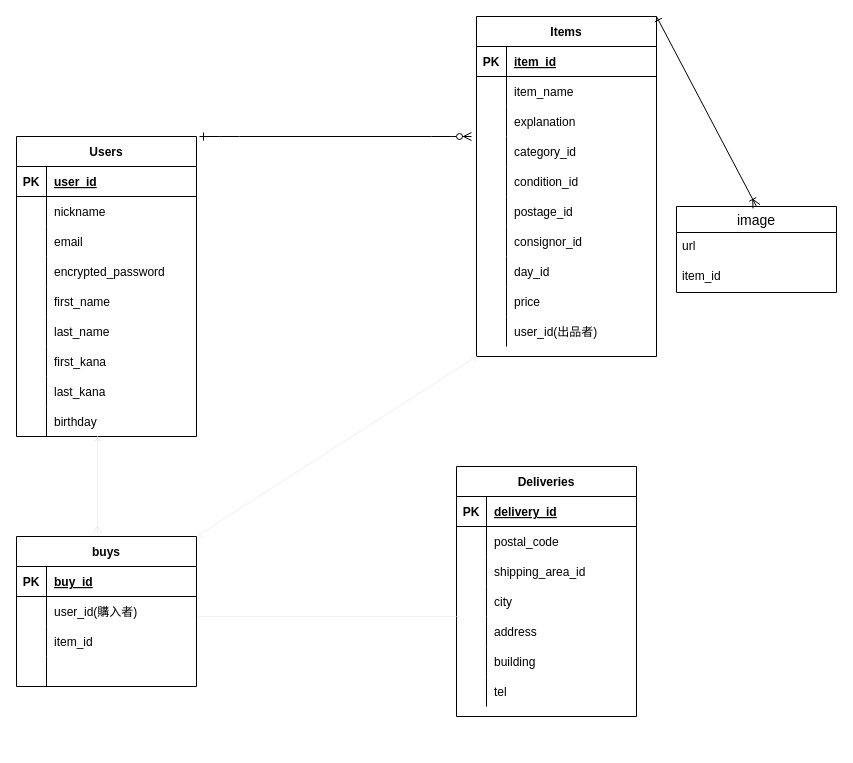
Before: furima-er.dio in 1030tm/furima-36410, a draw.io diagram. Source tidied: cells renumbered, new cells numbered last; positions are measured from the earlier drawing's top-left corner, leaving out a move shared by most shapes. Both pictures are drawn from the tidied source at 100%, with x=0, y=0 at pixel (16, 16).
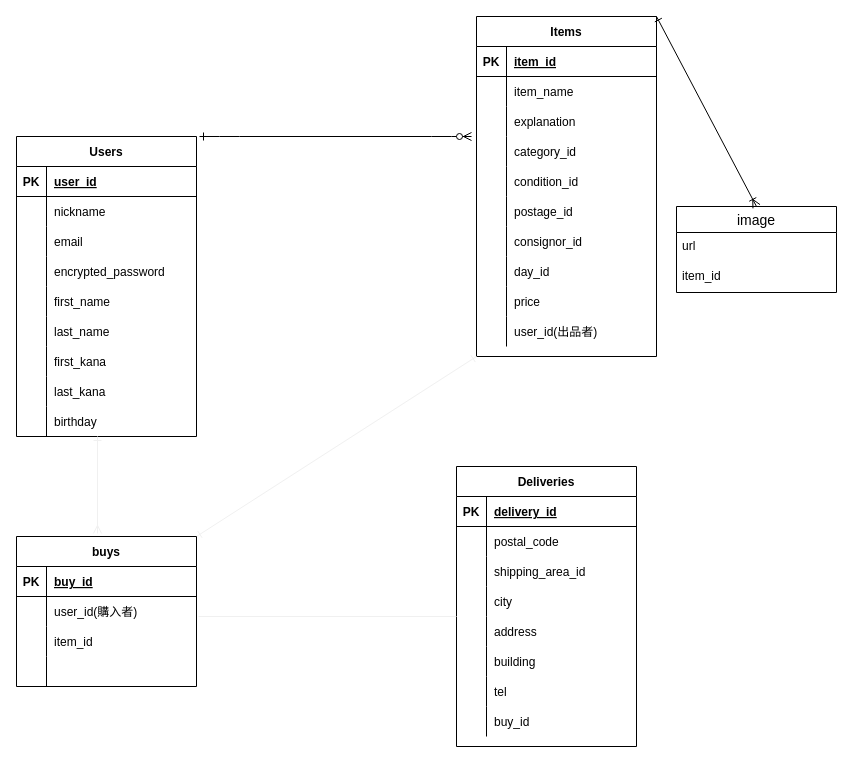
After the change.

Change to the diagram source:
```diff
@@
     <mxCell id="81" value="Deliveries" style="shape=table;startSize=30;childLayout=tableLayout;rowLines=0;fontStyle=1;align=center;" parent="1" vertex="1">
-      <mxGeometry x="440" y="450" width="180" height="250" as="geometry" />
+      <mxGeometry x="440" y="450" width="180" height="280" as="geometry" />
     </mxCell>
@@
+    <mxCell id="105" style="shape=partialRectangle;fillColor=none;top=0;left=0;bottom=0;right=0;" parent="81" vertex="1">
+      <mxGeometry y="240" width="180" height="30" as="geometry" />
+    </mxCell>
+    <mxCell id="106" style="shape=partialRectangle;fillColor=none;top=0;left=0;bottom=0;right=0;overflow=hidden;" parent="105" vertex="1">
+      <mxGeometry width="30" height="30" as="geometry" />
+    </mxCell>
+    <mxCell id="107" value="buy_id" style="shape=partialRectangle;fillColor=none;top=0;left=0;bottom=0;right=0;align=left;spacingLeft=6;overflow=hidden;" parent="105" vertex="1">
+      <mxGeometry x="30" width="150" height="30" as="geometry" />
+    </mxCell>
```
